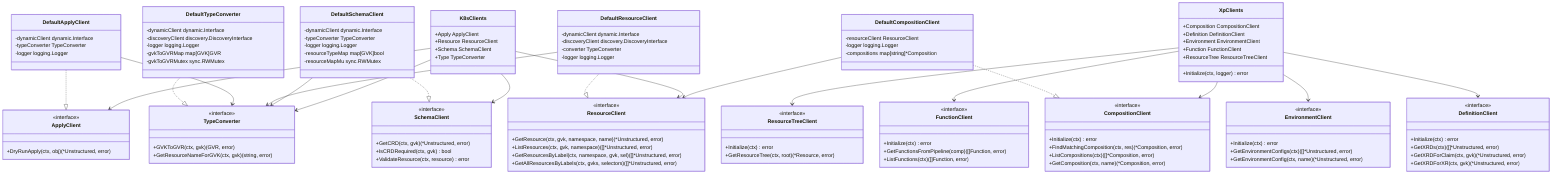
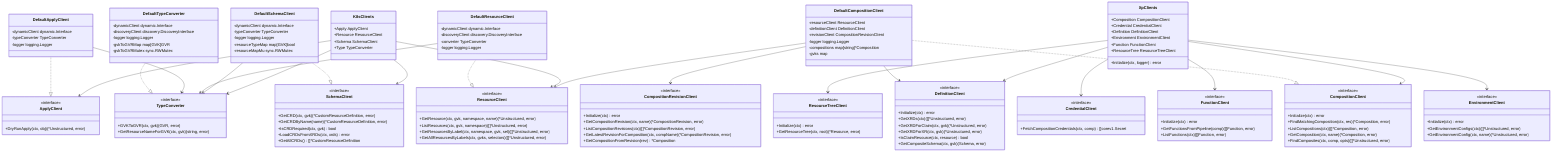
classDiagram
    %% Kubernetes Clients
    class K8sClients {
        +Apply ApplyClient
        +Resource ResourceClient
        +Schema SchemaClient
        +Type TypeConverter
    }

    class ApplyClient {
        <<interface>>
        +DryRunApply(ctx, obj) (*Unstructured, error)
    }

    class DefaultApplyClient {
        -dynamicClient dynamic.Interface
        -typeConverter TypeConverter
        -logger logging.Logger
    }

    class ResourceClient {
        <<interface>>
        +GetResource(ctx, gvk, namespace, name) (*Unstructured, error)
        +ListResources(ctx, gvk, namespace) ([]*Unstructured, error)
        +GetResourcesByLabel(ctx, namespace, gvk, sel) ([]*Unstructured, error)
        +GetAllResourcesByLabels(ctx, gvks, selectors) ([]*Unstructured, error)
    }

    class DefaultResourceClient {
        -dynamicClient dynamic.Interface
        -discoveryClient discovery.DiscoveryInterface
        -converter TypeConverter
        -logger logging.Logger
    }

    class SchemaClient {
        <<interface>>
-         +GetCRD(ctx, gvk) (*Unstructured, error)
+         +GetCRD(ctx, gvk) (*CustomResourceDefinition, error)
+         +GetCRDByName(name) (*CustomResourceDefinition, error)
        +IsCRDRequired(ctx, gvk) bool
-         +ValidateResource(ctx, resource) error
+         +LoadCRDsFromXRDs(ctx, xrds) error
+         +GetAllCRDs() []*CustomResourceDefinition
    }

    class DefaultSchemaClient {
        -dynamicClient dynamic.Interface
        -typeConverter TypeConverter
        -logger logging.Logger
        -resourceTypeMap map[GVK]bool
        -resourceMapMu sync.RWMutex
    }

    class TypeConverter {
        <<interface>>
        +GVKToGVR(ctx, gvk) (GVR, error)
        +GetResourceNameForGVK(ctx, gvk) (string, error)
    }

    class DefaultTypeConverter {
        -dynamicClient dynamic.Interface
        -discoveryClient discovery.DiscoveryInterface
        -logger logging.Logger
        -gvkToGVRMap map[GVK]GVR
        -gvkToGVRMutex sync.RWMutex
    }

    %% Crossplane Clients
    class XpClients {
        +Composition CompositionClient
+         +Credential CredentialClient
        +Definition DefinitionClient
        +Environment EnvironmentClient
        +Function FunctionClient
        +ResourceTree ResourceTreeClient
        +Initialize(ctx, logger) error
+     }
+ 
+     class CompositionRevisionClient {
+         <<interface>>
+         +Initialize(ctx) error
+         +GetCompositionRevision(ctx, name) (*CompositionRevision, error)
+         +ListCompositionRevisions(ctx) ([]*CompositionRevision, error)
+         +GetLatestRevisionForComposition(ctx, compName) (*CompositionRevision, error)
+         +GetCompositionFromRevision(rev) *Composition
+     }
+ 
+     class CredentialClient {
+         <<interface>>
+         +FetchCompositionCredentials(ctx, comp) []corev1.Secret
    }

    class CompositionClient {
        <<interface>>
        +Initialize(ctx) error
        +FindMatchingComposition(ctx, res) (*Composition, error)
        +ListCompositions(ctx) ([]*Composition, error)
        +GetComposition(ctx, name) (*Composition, error)
+         +FindComposites(ctx, comp, opts) ([]*Unstructured, error)
    }

    class DefaultCompositionClient {
        -resourceClient ResourceClient
+         -definitionClient DefinitionClient
+         -revisionClient CompositionRevisionClient
        -logger logging.Logger
        -compositions map[string]*Composition
+         -gvks map
    }

    class DefinitionClient {
        <<interface>>
        +Initialize(ctx) error
        +GetXRDs(ctx) ([]*Unstructured, error)
        +GetXRDForClaim(ctx, gvk) (*Unstructured, error)
        +GetXRDForXR(ctx, gvk) (*Unstructured, error)
+         +IsClaimResource(ctx, resource) bool
+         +GetCompositeSchema(ctx, gvk) (Schema, error)
    }

    class FunctionClient {
        <<interface>>
        +Initialize(ctx) error
        +GetFunctionsFromPipeline(comp) ([]Function, error)
        +ListFunctions(ctx) ([]Function, error)
    }

    class ResourceTreeClient {
        <<interface>>
        +Initialize(ctx) error
        +GetResourceTree(ctx, root) (*Resource, error)
    }

    class EnvironmentClient {
        <<interface>>
        +Initialize(ctx) error
        +GetEnvironmentConfigs(ctx) ([]*Unstructured, error)
        +GetEnvironmentConfig(ctx, name) (*Unstructured, error)
    }

    DefaultApplyClient ..|> ApplyClient
    DefaultResourceClient ..|> ResourceClient
    DefaultSchemaClient ..|> SchemaClient
    DefaultTypeConverter ..|> TypeConverter

    DefaultApplyClient --> TypeConverter
    DefaultResourceClient --> TypeConverter
    DefaultSchemaClient --> TypeConverter

    K8sClients --> ApplyClient
    K8sClients --> ResourceClient
    K8sClients --> SchemaClient
    K8sClients --> TypeConverter

    DefaultCompositionClient ..|> CompositionClient
    DefaultCompositionClient --> ResourceClient
+     DefaultCompositionClient --> DefinitionClient
+     DefaultCompositionClient --> CompositionRevisionClient

    XpClients --> CompositionClient
    XpClients --> DefinitionClient
    XpClients --> EnvironmentClient
    XpClients --> FunctionClient
+     XpClients --> CredentialClient
    XpClients --> ResourceTreeClient
